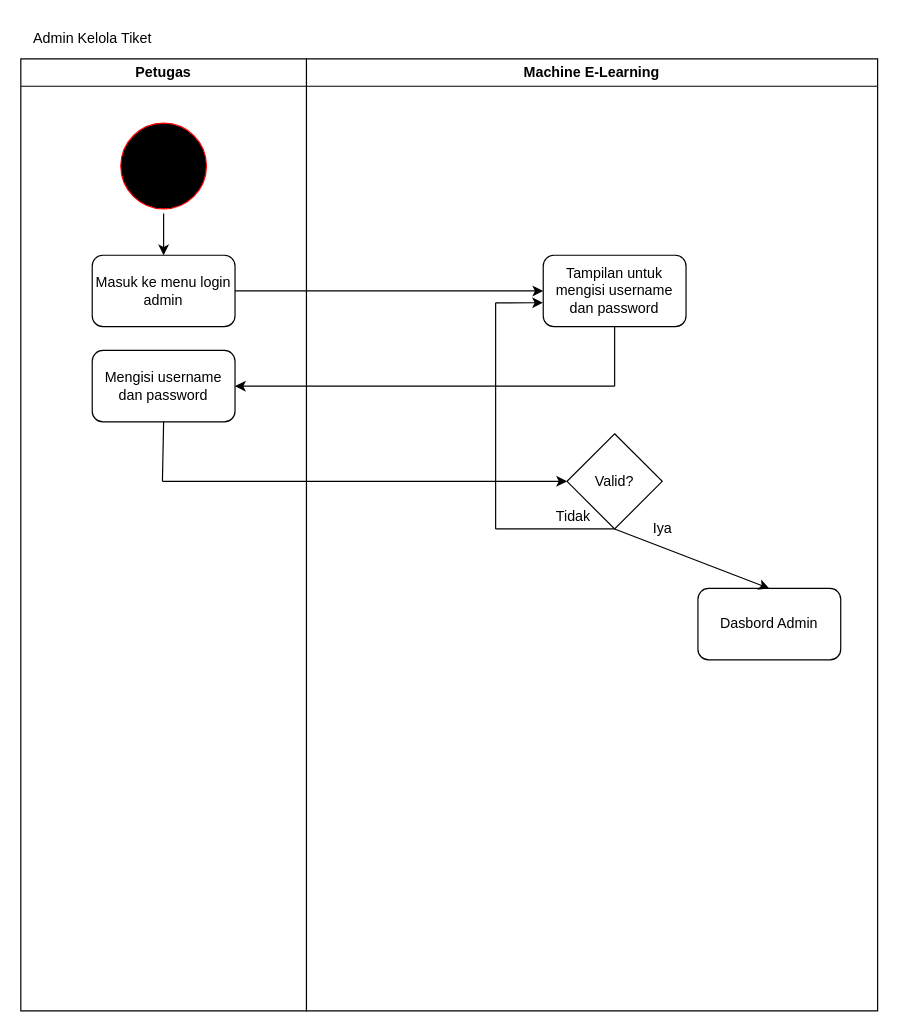
This is kelola tiket.drawio from abhirama-dev/Diagram, a draw.io file, before an edit. Source tidied: cells renumbered, new cells numbered last; positions are measured from the earlier drawing's top-left corner, leaving out a move shared by most shapes. Both pictures are drawn from the tidied source at 119%, with x=0, y=0 at pixel (20, 20).
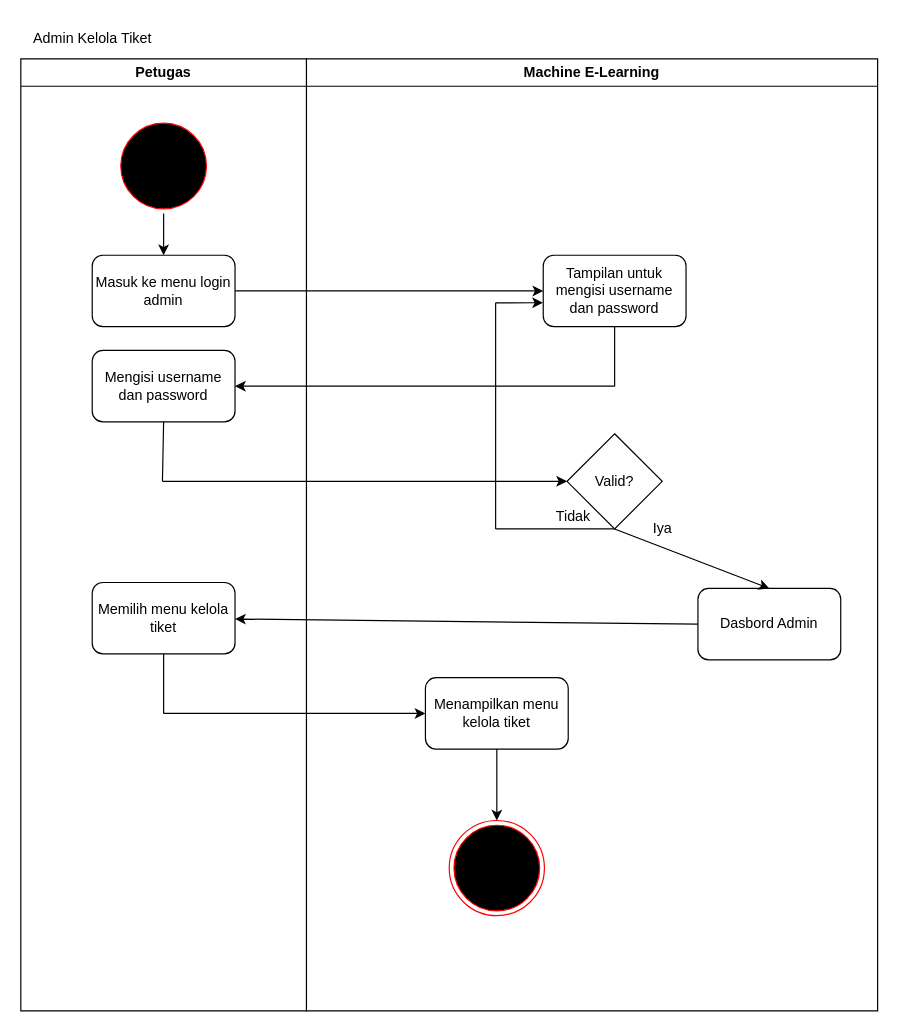
The same page after the edit.

The change refers to these unchanged cells:
```xml
<mxCell id="2" value="Machine E-Learning" style="swimlane;whiteSpace=wrap;html=1;fillColor=default;swimlaneFillColor=default;" parent="1" vertex="1">
  <mxGeometry x="240" y="32" width="480" height="800" as="geometry" />
</mxCell>
<mxCell id="5" value="Petugas" style="swimlane;whiteSpace=wrap;html=1;fillColor=default;swimlaneFillColor=default;" parent="1" vertex="1">
  <mxGeometry y="32" width="240" height="800" as="geometry" />
</mxCell>
<mxCell id="17" value="Dasbord Admin" style="rounded=1;whiteSpace=wrap;html=1;fillColor=none;" parent="5" vertex="1">
  <mxGeometry x="569" y="445" width="120" height="60" as="geometry" />
</mxCell>
```

The edit, as a diff of the source:
```diff
@@
+    <mxCell id="23" style="edgeStyle=orthogonalEdgeStyle;rounded=0;jettySize=auto;html=1;exitX=0.5;exitY=1;exitDx=0;exitDy=0;entryX=0.5;entryY=0;entryDx=0;entryDy=0;" parent="2" edge="1" source="24" target="25">
+      <mxGeometry relative="1" as="geometry" />
+    </mxCell>
+    <mxCell id="24" value="Menampilkan menu kelola tiket" style="rounded=1;whiteSpace=wrap;html=1;" parent="2" vertex="1">
+      <mxGeometry x="100" y="520" width="120" height="60" as="geometry" />
+    </mxCell>
+    <mxCell id="25" style="ellipse;html=1;shape=endState;fillColor=#000000;strokeColor=#ff0000;" parent="2" vertex="1">
+      <mxGeometry x="120" y="640" width="80" height="80" as="geometry" />
+    </mxCell>
@@
+    <mxCell id="26" value="Memilih menu kelola tiket" style="rounded=1;whiteSpace=wrap;html=1;" parent="5" vertex="1">
+      <mxGeometry x="60" y="440" width="120" height="60" as="geometry" />
+    </mxCell>
+    <mxCell id="27" style="endArrow=classic;html=1;rounded=0;exitX=0;exitY=0.5;exitDx=0;exitDy=0;" parent="5" edge="1" source="17" target="26">
+      <mxGeometry relative="1" as="geometry" />
+    </mxCell>
@@
+    <mxCell id="28" style="endArrow=none;html=1;rounded=0;exitX=0.5;exitY=1;exitDx=0;exitDy=0;" parent="1" edge="1" source="26">
+      <mxGeometry relative="1" as="geometry">
+        <mxPoint x="120" y="582" as="targetPoint" />
+      </mxGeometry>
+    </mxCell>
+    <mxCell id="29" style="endArrow=classic;html=1;rounded=0;endFill=1;" parent="1" edge="1" target="24">
+      <mxGeometry relative="1" as="geometry">
+        <mxPoint x="120" y="582" as="sourcePoint" />
+      </mxGeometry>
+    </mxCell>
```
